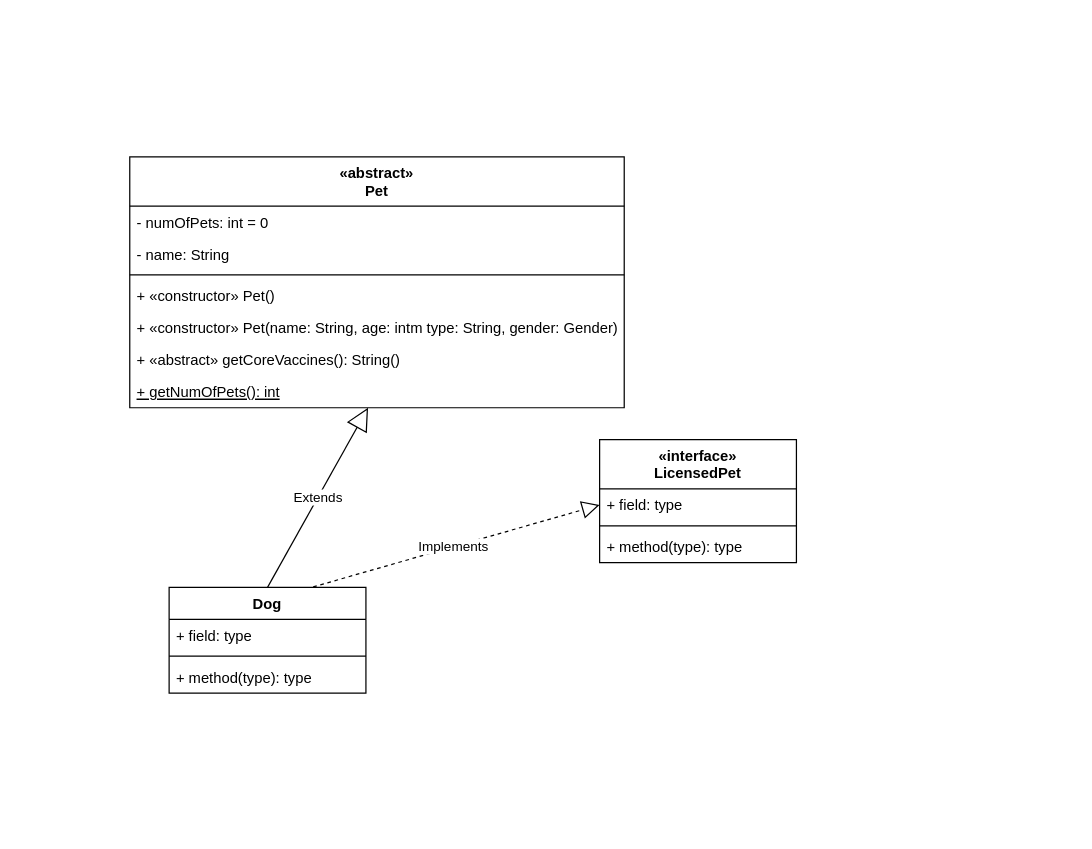
The draw.io diagram Sd7myUML.drawio in sarahduong/Object-Oriented-Programming, before the edit. Source tidied: cells renumbered, new cells numbered last; positions are measured from the earlier drawing's top-left corner, leaving out a move shared by most shapes. Both pictures are drawn from the tidied source at 123%, with x=0, y=0 at pixel (129, 156).
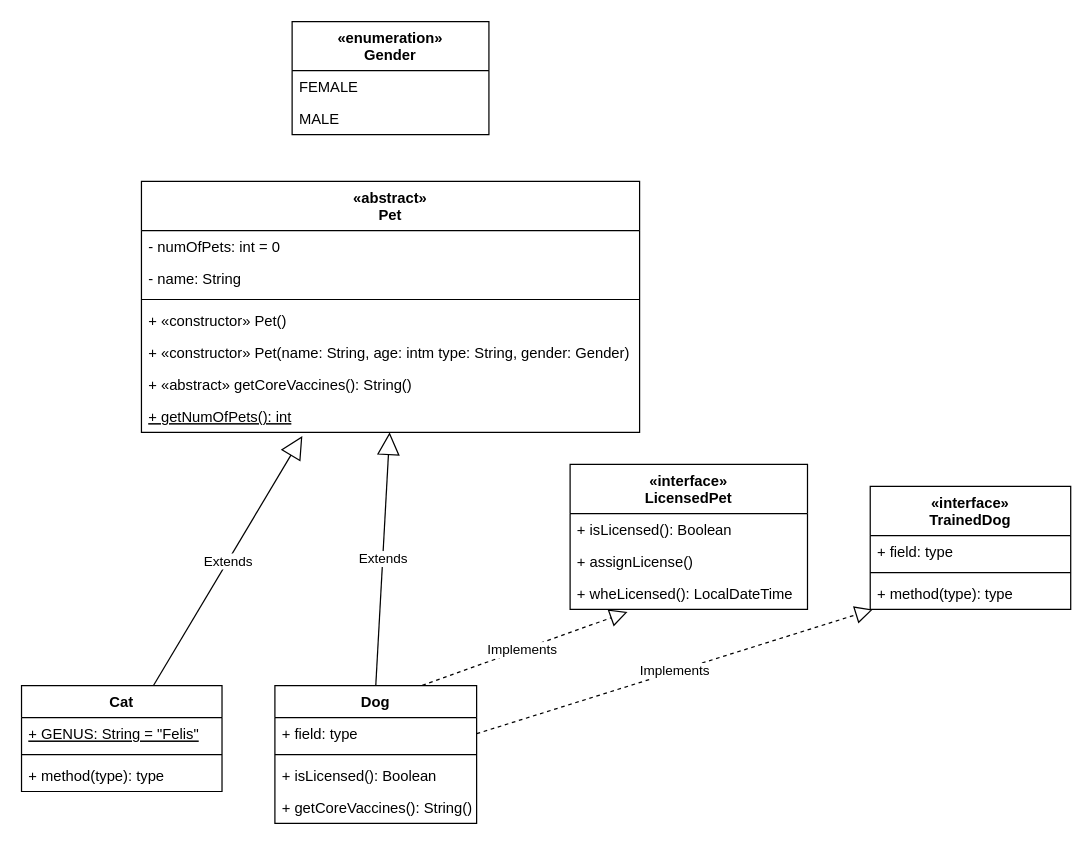
The same diagram, later.

Change to the diagram source:
```diff
@@
+    <mxCell id="10" value="Implements" style="endArrow=block;dashed=1;endFill=0;endSize=12;html=1;exitX=0.696;exitY=0.015;exitDx=0;exitDy=0;exitPerimeter=0;entryX=0.242;entryY=1.077;entryDx=0;entryDy=0;entryPerimeter=0;" parent="1" edge="1" source="12" target="28">
+      <mxGeometry relative="1" as="geometry" />
+    </mxCell>
+    <mxCell id="11" value="Extends" style="endArrow=block;endSize=16;endFill=0;html=1;exitX=0.5;exitY=0;exitDx=0;exitDy=0;" parent="1" edge="1" source="12" target="9">
+      <mxGeometry relative="1" as="geometry" />
+    </mxCell>
+    <mxCell id="20" value="Implements" style="endArrow=block;dashed=1;endFill=0;endSize=12;html=1;exitX=1;exitY=0.5;exitDx=0;exitDy=0;entryX=0.013;entryY=1;entryDx=0;entryDy=0;entryPerimeter=0;" parent="1" edge="1" source="13" target="31">
+      <mxGeometry relative="1" as="geometry" />
+    </mxCell>
+    <mxCell id="12" value="Dog" style="swimlane;fontStyle=1;align=center;verticalAlign=top;horizontal=1;startSize=26;" parent="1" vertex="1">
+      <mxGeometry x="118" y="430" width="164" height="112" as="geometry" />
+    </mxCell>
+    <mxCell id="13" value="+ field: type" style="text;strokeColor=none;fillColor=none;align=left;verticalAlign=top;spacingLeft=4;spacingRight=4;overflow=hidden;points=[[0,0.5],[1,0.5]];portConstraint=eastwest;" parent="12" vertex="1">
+      <mxGeometry y="26" width="164" height="26" as="geometry" />
+    </mxCell>
+    <mxCell id="14" style="line;strokeWidth=1;fillColor=none;align=left;verticalAlign=middle;spacingTop=-1;spacingLeft=3;spacingRight=3;labelPosition=right;" parent="12" vertex="1">
+      <mxGeometry y="52" width="164" height="8" as="geometry" />
+    </mxCell>
+    <mxCell id="15" value="+ isLicensed(): Boolean" style="text;strokeColor=none;fillColor=none;align=left;verticalAlign=top;spacingLeft=4;spacingRight=4;overflow=hidden;" parent="12" vertex="1">
+      <mxGeometry y="60" width="164" height="26" as="geometry" />
+    </mxCell>
+    <mxCell id="21" value="+ getCoreVaccines(): String()" style="text;strokeColor=none;fillColor=none;align=left;verticalAlign=top;spacingLeft=4;spacingRight=4;overflow=hidden;" parent="12" vertex="1">
+      <mxGeometry y="86" width="164" height="26" as="geometry" />
+    </mxCell>
+    <mxCell id="22" value="Extends" style="endArrow=block;endSize=16;endFill=0;html=1;entryX=0.323;entryY=1.115;entryDx=0;entryDy=0;entryPerimeter=0;" parent="1" edge="1" source="23" target="9">
+      <mxGeometry relative="1" as="geometry" />
+    </mxCell>
+    <mxCell id="23" value="Cat" style="swimlane;fontStyle=1;align=center;verticalAlign=top;horizontal=1;startSize=26;" parent="1" vertex="1">
+      <mxGeometry x="-88" y="430" width="163" height="86" as="geometry" />
+    </mxCell>
+    <mxCell id="24" value="+ GENUS: String = &quot;Felis&quot;" style="text;strokeColor=none;fillColor=none;align=left;verticalAlign=top;spacingLeft=4;spacingRight=4;overflow=hidden;fontStyle=4;" parent="23" vertex="1">
+      <mxGeometry y="26" width="163" height="26" as="geometry" />
+    </mxCell>
+    <mxCell id="25" style="line;strokeWidth=1;fillColor=none;align=left;verticalAlign=middle;spacingTop=-1;spacingLeft=3;spacingRight=3;labelPosition=right;" parent="23" vertex="1">
+      <mxGeometry y="52" width="163" height="8" as="geometry" />
+    </mxCell>
+    <mxCell id="26" value="+ method(type): type" style="text;strokeColor=none;fillColor=none;align=left;verticalAlign=top;spacingLeft=4;spacingRight=4;overflow=hidden;" parent="23" vertex="1">
+      <mxGeometry y="60" width="163" height="26" as="geometry" />
+    </mxCell>
+    <mxCell id="16" value="«interface»&#10;LicensedPet" style="swimlane;fontStyle=1;align=center;verticalAlign=top;horizontal=1;startSize=40;" parent="1" vertex="1">
+      <mxGeometry x="358" y="250" width="193" height="118" as="geometry" />
+    </mxCell>
+    <mxCell id="19" value="+ isLicensed(): Boolean" style="text;strokeColor=none;fillColor=none;align=left;verticalAlign=top;spacingLeft=4;spacingRight=4;overflow=hidden;" parent="16" vertex="1">
+      <mxGeometry y="40" width="193" height="26" as="geometry" />
+    </mxCell>
+    <mxCell id="27" value="+ assignLicense()" style="text;strokeColor=none;fillColor=none;align=left;verticalAlign=top;spacingLeft=4;spacingRight=4;overflow=hidden;" parent="16" vertex="1">
+      <mxGeometry y="66" width="193" height="26" as="geometry" />
+    </mxCell>
+    <mxCell id="28" value="+ wheLicensed(): LocalDateTime" style="text;strokeColor=none;fillColor=none;align=left;verticalAlign=top;spacingLeft=4;spacingRight=4;overflow=hidden;points=[[0,0.5],[1,0.5]];portConstraint=eastwest;" parent="16" vertex="1">
+      <mxGeometry y="92" width="193" height="26" as="geometry" />
+    </mxCell>
+    <mxCell id="29" value="«interface»&#10;TrainedDog" style="swimlane;fontStyle=1;align=center;verticalAlign=top;horizontal=1;startSize=40;" parent="1" vertex="1">
+      <mxGeometry x="602" y="268" width="163" height="100" as="geometry" />
+    </mxCell>
+    <mxCell id="17" value="+ field: type" style="text;strokeColor=none;fillColor=none;align=left;verticalAlign=top;spacingLeft=4;spacingRight=4;overflow=hidden;points=[[0,0.5],[1,0.5]];portConstraint=eastwest;" parent="29" vertex="1">
+      <mxGeometry y="40" width="163" height="26" as="geometry" />
+    </mxCell>
+    <mxCell id="30" style="line;strokeWidth=1;fillColor=none;align=left;verticalAlign=middle;spacingTop=-1;spacingLeft=3;spacingRight=3;labelPosition=right;" parent="29" vertex="1">
+      <mxGeometry y="66" width="163" height="8" as="geometry" />
+    </mxCell>
+    <mxCell id="31" value="+ method(type): type" style="text;strokeColor=none;fillColor=none;align=left;verticalAlign=top;spacingLeft=4;spacingRight=4;overflow=hidden;points=[[0,0.5],[1,0.5]];portConstraint=eastwest;" parent="29" vertex="1">
+      <mxGeometry y="74" width="163" height="26" as="geometry" />
+    </mxCell>
     <mxCell id="2" value="«abstract»&#10;Pet" style="swimlane;fontStyle=1;align=center;verticalAlign=top;horizontal=1;startSize=40;" parent="1" vertex="1">
-      <mxGeometry width="402" height="204" as="geometry" />
+      <mxGeometry x="9.5" y="20" width="405" height="204" as="geometry" />
     </mxCell>
     <mxCell id="3" value="- numOfPets: int = 0" style="text;strokeColor=none;fillColor=none;align=left;verticalAlign=top;spacingLeft=4;spacingRight=4;overflow=hidden;" parent="2" vertex="1">
-      <mxGeometry y="40" width="402" height="26" as="geometry" />
+      <mxGeometry y="40" width="405" height="26" as="geometry" />
     </mxCell>
     <mxCell id="4" value="- name: String" style="text;strokeColor=none;fillColor=none;align=left;verticalAlign=top;spacingLeft=4;spacingRight=4;overflow=hidden;" parent="2" vertex="1">
-      <mxGeometry y="66" width="402" height="26" as="geometry" />
+      <mxGeometry y="66" width="405" height="26" as="geometry" />
     </mxCell>
     <mxCell id="5" style="line;strokeWidth=1;fillColor=none;align=left;verticalAlign=middle;spacingTop=-1;spacingLeft=3;spacingRight=3;labelPosition=right;" parent="2" vertex="1">
-      <mxGeometry y="92" width="402" height="8" as="geometry" />
+      <mxGeometry y="92" width="405" height="8" as="geometry" />
     </mxCell>
     <mxCell id="6" value="+ «constructor» Pet()" style="text;strokeColor=none;fillColor=none;align=left;verticalAlign=top;spacingLeft=4;spacingRight=4;overflow=hidden;" parent="2" vertex="1">
-      <mxGeometry y="100" width="402" height="26" as="geometry" />
+      <mxGeometry y="100" width="405" height="26" as="geometry" />
     </mxCell>
     <mxCell id="7" value="+ «constructor» Pet(name: String, age: intm type: String, gender: Gender)" style="text;strokeColor=none;fillColor=none;align=left;verticalAlign=top;spacingLeft=4;spacingRight=4;overflow=hidden;" parent="2" vertex="1">
-      <mxGeometry y="126" width="402" height="26" as="geometry" />
+      <mxGeometry y="126" width="405" height="26" as="geometry" />
     </mxCell>
     <mxCell id="8" value="+ «abstract» getCoreVaccines(): String()" style="text;strokeColor=none;fillColor=none;align=left;verticalAlign=top;spacingLeft=4;spacingRight=4;overflow=hidden;" parent="2" vertex="1">
-      <mxGeometry y="152" width="402" height="26" as="geometry" />
+      <mxGeometry y="152" width="405" height="26" as="geometry" />
     </mxCell>
     <mxCell id="9" value="+ getNumOfPets(): int" style="text;strokeColor=none;fillColor=none;align=left;verticalAlign=top;spacingLeft=4;spacingRight=4;overflow=hidden;points=[[0,0.5],[1,0.5]];portConstraint=eastwest;fontStyle=4;" parent="2" vertex="1">
-      <mxGeometry y="178" width="402" height="26" as="geometry" />
+      <mxGeometry y="178" width="405" height="26" as="geometry" />
     </mxCell>
-    <mxCell id="10" value="Implements" style="endArrow=block;dashed=1;endFill=0;endSize=12;html=1;exitX=0.696;exitY=0.015;exitDx=0;exitDy=0;exitPerimeter=0;entryX=0;entryY=0.5;entryDx=0;entryDy=0;" parent="1" edge="1" source="12" target="17">
-      <mxGeometry relative="1" as="geometry" />
-    </mxCell>
-    <mxCell id="11" value="Extends" style="endArrow=block;endSize=16;endFill=0;html=1;exitX=0.5;exitY=0;exitDx=0;exitDy=0;" parent="1" edge="1" source="12" target="9">
-      <mxGeometry relative="1" as="geometry" />
-    </mxCell>
-    <mxCell id="12" value="Dog" style="swimlane;fontStyle=1;align=center;verticalAlign=top;horizontal=1;startSize=26;" parent="1" vertex="1">
-      <mxGeometry x="32" y="350" width="160" height="86" as="geometry" />
-    </mxCell>
-    <mxCell id="13" value="+ field: type" style="text;strokeColor=none;fillColor=none;align=left;verticalAlign=top;spacingLeft=4;spacingRight=4;overflow=hidden;points=[[0,0.5],[1,0.5]];portConstraint=eastwest;" parent="12" vertex="1">
-      <mxGeometry y="26" width="160" height="26" as="geometry" />
-    </mxCell>
-    <mxCell id="14" style="line;strokeWidth=1;fillColor=none;align=left;verticalAlign=middle;spacingTop=-1;spacingLeft=3;spacingRight=3;labelPosition=right;" parent="12" vertex="1">
-      <mxGeometry y="52" width="160" height="8" as="geometry" />
-    </mxCell>
-    <mxCell id="15" value="+ method(type): type" style="text;strokeColor=none;fillColor=none;align=left;verticalAlign=top;spacingLeft=4;spacingRight=4;overflow=hidden;" parent="12" vertex="1">
-      <mxGeometry y="60" width="160" height="26" as="geometry" />
-    </mxCell>
-    <mxCell id="16" value="«interface»&#10;LicensedPet" style="swimlane;fontStyle=1;align=center;verticalAlign=top;horizontal=1;startSize=40;" parent="1" vertex="1">
-      <mxGeometry x="382" y="230" width="160" height="100" as="geometry" />
-    </mxCell>
-    <mxCell id="17" value="+ field: type" style="text;strokeColor=none;fillColor=none;align=left;verticalAlign=top;spacingLeft=4;spacingRight=4;overflow=hidden;points=[[0,0.5],[1,0.5]];portConstraint=eastwest;" parent="16" vertex="1">
-      <mxGeometry y="40" width="160" height="26" as="geometry" />
-    </mxCell>
-    <mxCell id="18" style="line;strokeWidth=1;fillColor=none;align=left;verticalAlign=middle;spacingTop=-1;spacingLeft=3;spacingRight=3;labelPosition=right;" parent="16" vertex="1">
-      <mxGeometry y="66" width="160" height="8" as="geometry" />
-    </mxCell>
-    <mxCell id="19" value="+ method(type): type" style="text;strokeColor=none;fillColor=none;align=left;verticalAlign=top;spacingLeft=4;spacingRight=4;overflow=hidden;" parent="16" vertex="1">
-      <mxGeometry y="74" width="160" height="26" as="geometry" />
-    </mxCell>
+    <mxCell id="32" value="«enumeration»&#10;Gender" style="swimlane;fontStyle=1;align=center;verticalAlign=top;horizontal=1;startSize=40;" parent="1" vertex="1">
+      <mxGeometry x="132" y="-110" width="160" height="92" as="geometry" />
+    </mxCell>
+    <mxCell id="33" value="FEMALE" style="text;strokeColor=none;fillColor=none;align=left;verticalAlign=top;spacingLeft=4;spacingRight=4;overflow=hidden;" parent="32" vertex="1">
+      <mxGeometry y="40" width="160" height="26" as="geometry" />
+    </mxCell>
+    <mxCell id="34" value="MALE" style="text;strokeColor=none;fillColor=none;align=left;verticalAlign=top;spacingLeft=4;spacingRight=4;overflow=hidden;" parent="32" vertex="1">
+      <mxGeometry y="66" width="160" height="26" as="geometry" />
+    </mxCell>
```
